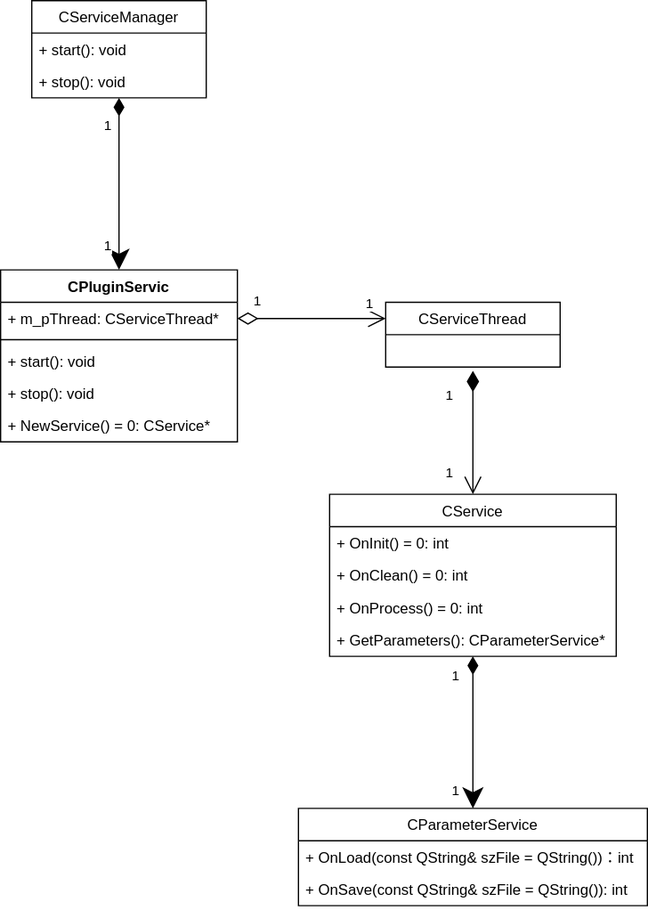
Above: docs/Image/PluginServiceAPI.svg in KangLin/RabbitRemoteControl (draw.io), before the change. Source tidied: cells renumbered, new cells last; positions are measured from the earlier drawing's top-left corner, leaving out a move shared by most shapes.
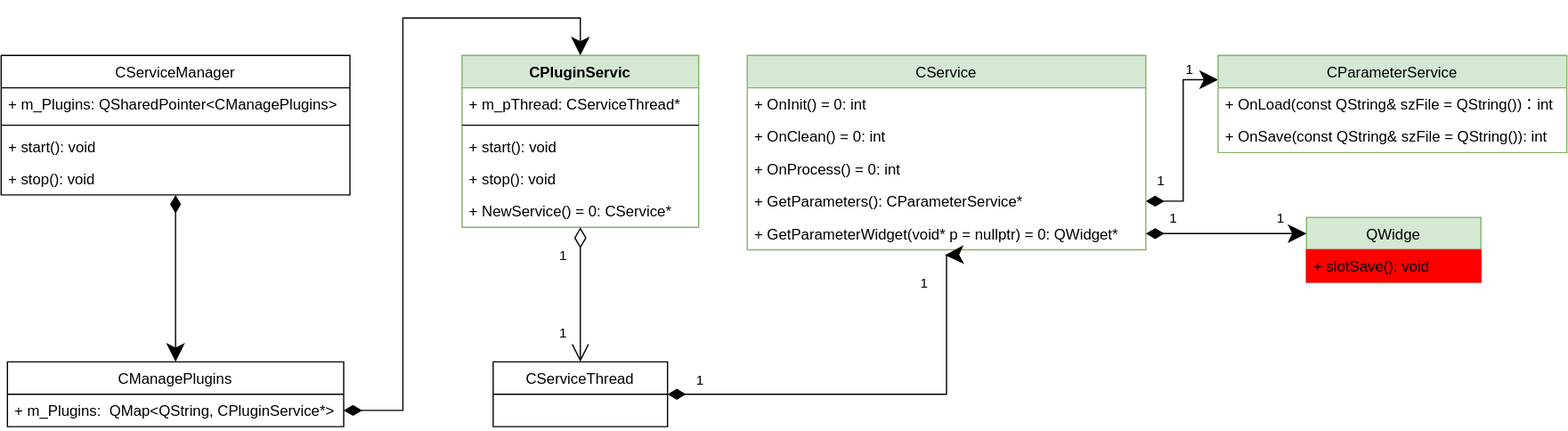
Later version of the same file.

What changed in the source:
```diff
@@ -2,63 +2,57 @@
   <root>
     <mxCell id="0" />
     <mxCell id="1" parent="0" />
-    <mxCell id="2" style="edgeStyle=orthogonalEdgeStyle;rounded=0;jettySize=auto;html=1;startArrow=diamondThin;startFill=1;endSize=14;startSize=12;" parent="1" edge="1" source="5" target="16">
-      <mxGeometry relative="1" as="geometry" />
-    </mxCell>
-    <mxCell id="3" value="1" style="edgeLabel;html=1;align=center;verticalAlign=middle;" parent="2" vertex="1">
-      <mxGeometry x="-0.7" relative="1" as="geometry">
-        <mxPoint x="-10" as="offset" />
-      </mxGeometry>
-    </mxCell>
-    <mxCell id="4" value="1" style="edgeLabel;html=1;align=center;verticalAlign=middle;" parent="2" vertex="1">
-      <mxGeometry x="0.71" y="-2" relative="1" as="geometry">
-        <mxPoint x="-8" as="offset" />
-      </mxGeometry>
-    </mxCell>
+    <mxCell id="32" style="edgeStyle=orthogonalEdgeStyle;rounded=0;jettySize=auto;html=1;entryX=0.5;entryY=0;entryDx=0;entryDy=0;startArrow=diamondThin;startFill=1;endSize=12;startSize=12;" parent="1" edge="1" source="5" target="41">
+      <mxGeometry relative="1" as="geometry" />
+    </mxCell>
     <mxCell id="5" value="CServiceManager" style="swimlane;fontStyle=0;horizontal=1;startSize=26;fillColor=none;" parent="1" vertex="1">
-      <mxGeometry x="25" width="140" height="78" as="geometry" />
+      <mxGeometry x="-85" y="-4" width="280" height="112" as="geometry" />
     </mxCell>
+    <mxCell id="33" value="+ m_Plugins: QSharedPointer&lt;CManagePlugins&gt;" style="text;strokeColor=none;fillColor=none;align=left;verticalAlign=top;spacingLeft=4;spacingRight=4;overflow=hidden;" parent="5" vertex="1">
+      <mxGeometry y="26" width="280" height="26" as="geometry" />
+    </mxCell>
+    <mxCell id="34" style="line;strokeWidth=1;fillColor=none;align=left;verticalAlign=middle;spacingTop=-1;spacingLeft=3;spacingRight=3;labelPosition=right;" parent="5" vertex="1">
+      <mxGeometry y="52" width="280" height="8" as="geometry" />
+    </mxCell>
     <mxCell id="6" value="+ start(): void" style="text;strokeColor=none;fillColor=none;align=left;verticalAlign=top;spacingLeft=4;spacingRight=4;overflow=hidden;" parent="5" vertex="1">
-      <mxGeometry y="26" width="140" height="26" as="geometry" />
+      <mxGeometry y="60" width="280" height="26" as="geometry" />
     </mxCell>
     <mxCell id="7" value="+ stop(): void" style="text;strokeColor=none;fillColor=none;align=left;verticalAlign=top;spacingLeft=4;spacingRight=4;overflow=hidden;" parent="5" vertex="1">
-      <mxGeometry y="52" width="140" height="26" as="geometry" />
+      <mxGeometry y="86" width="280" height="26" as="geometry" />
     </mxCell>
-    <mxCell id="8" style="edgeStyle=orthogonalEdgeStyle;rounded=0;jettySize=auto;html=1;entryX=0.5;entryY=0;entryDx=0;entryDy=0;startArrow=diamondThin;startFill=1;startSize=12;endSize=14;" parent="1" edge="1" source="11" target="29">
-      <mxGeometry relative="1" as="geometry">
-        <Array as="points">
-          <mxPoint x="379" y="548" />
-          <mxPoint x="379" y="548" />
-        </Array>
-      </mxGeometry>
+    <mxCell id="8" style="edgeStyle=orthogonalEdgeStyle;rounded=0;jettySize=auto;html=1;exitX=1;exitY=0.75;exitDx=0;exitDy=0;entryX=0;entryY=0.25;entryDx=0;entryDy=0;startArrow=diamondThin;startFill=1;startSize=12;endSize=12;" parent="1" edge="1" source="11" target="29">
+      <mxGeometry relative="1" as="geometry" />
     </mxCell>
-    <mxCell id="9" value="&lt;div&gt;1&lt;/div&gt;" style="edgeLabel;html=1;align=center;verticalAlign=middle;" parent="8" vertex="1">
-      <mxGeometry x="0.75" y="-1" relative="1" as="geometry">
-        <mxPoint x="-14" as="offset" />
-      </mxGeometry>
-    </mxCell>
-    <mxCell id="10" value="1" style="edgeLabel;html=1;align=center;verticalAlign=middle;" parent="8" vertex="1">
-      <mxGeometry x="-0.75" y="-4" relative="1" as="geometry">
-        <mxPoint x="-11" as="offset" />
-      </mxGeometry>
-    </mxCell>
+    <mxCell id="35" value="1" style="edgeLabel;html=1;align=center;verticalAlign=middle;" parent="8" vertex="1">
+      <mxGeometry x="0.69" y="-1" relative="1" as="geometry">
+        <mxPoint x="1" y="-10" as="offset" />
+      </mxGeometry>
+    </mxCell>
+    <mxCell id="36" value="1" style="edgeLabel;html=1;align=center;verticalAlign=middle;" parent="8" vertex="1">
+      <mxGeometry x="-0.68" y="-1" relative="1" as="geometry">
+        <mxPoint x="-14" y="-18" as="offset" />
+      </mxGeometry>
+    </mxCell>
-    <mxCell id="11" value="CService" style="swimlane;fontStyle=0;horizontal=1;startSize=26;fillColor=none;" parent="1" vertex="1">
-      <mxGeometry x="264" y="396" width="230" height="130" as="geometry" />
+    <mxCell id="11" value="CService" style="swimlane;fontStyle=0;horizontal=1;startSize=26;fillColor=#d5e8d4;strokeColor=#82b366;" parent="1" vertex="1">
+      <mxGeometry x="514" y="-4" width="320" height="156" as="geometry" />
     </mxCell>
     <mxCell id="12" value="+ OnInit() = 0: int" style="text;strokeColor=none;fillColor=none;align=left;verticalAlign=top;spacingLeft=4;spacingRight=4;overflow=hidden;" parent="11" vertex="1">
-      <mxGeometry y="26" width="230" height="26" as="geometry" />
+      <mxGeometry y="26" width="320" height="26" as="geometry" />
     </mxCell>
     <mxCell id="13" value="+ OnClean() = 0: int" style="text;strokeColor=none;fillColor=none;align=left;verticalAlign=top;spacingLeft=4;spacingRight=4;overflow=hidden;" parent="11" vertex="1">
-      <mxGeometry y="52" width="230" height="26" as="geometry" />
+      <mxGeometry y="52" width="320" height="26" as="geometry" />
     </mxCell>
     <mxCell id="14" value="+ OnProcess() = 0: int" style="text;strokeColor=none;fillColor=none;align=left;verticalAlign=top;spacingLeft=4;spacingRight=4;overflow=hidden;" parent="11" vertex="1">
-      <mxGeometry y="78" width="230" height="26" as="geometry" />
+      <mxGeometry y="78" width="320" height="26" as="geometry" />
     </mxCell>
     <mxCell id="15" value="+ GetParameters(): CParameterService*" style="text;strokeColor=none;fillColor=none;align=left;verticalAlign=top;spacingLeft=4;spacingRight=4;overflow=hidden;" parent="11" vertex="1">
-      <mxGeometry y="104" width="230" height="26" as="geometry" />
+      <mxGeometry y="104" width="320" height="26" as="geometry" />
     </mxCell>
+    <mxCell id="37" value="+ GetParameterWidget(void* p = nullptr) = 0: QWidget*" style="text;strokeColor=none;fillColor=none;align=left;verticalAlign=top;spacingLeft=4;spacingRight=4;overflow=hidden;points=[[0,0.5],[1,0.5]];portConstraint=eastwest;" parent="11" vertex="1">
+      <mxGeometry y="130" width="320" height="26" as="geometry" />
+    </mxCell>
-    <mxCell id="16" value="CPluginServic" style="swimlane;fontStyle=1;align=center;verticalAlign=top;horizontal=1;startSize=26;" parent="1" vertex="1">
-      <mxGeometry y="216" width="190" height="138" as="geometry" />
+    <mxCell id="16" value="CPluginServic" style="swimlane;fontStyle=1;align=center;verticalAlign=top;horizontal=1;startSize=26;fillColor=#d5e8d4;strokeColor=#82b366;" parent="1" vertex="1">
+      <mxGeometry x="285" y="-4" width="190" height="138" as="geometry" />
     </mxCell>
     <mxCell id="17" value="+ m_pThread: CServiceThread*" style="text;strokeColor=none;fillColor=none;align=left;verticalAlign=top;spacingLeft=4;spacingRight=4;overflow=hidden;points=[[0,0.5],[1,0.5]];portConstraint=eastwest;" parent="16" vertex="1">
       <mxGeometry y="26" width="190" height="26" as="geometry" />
@@ -75,37 +69,42 @@
     <mxCell id="21" value="+ NewService() = 0: CService*" style="text;strokeColor=none;fillColor=none;align=left;verticalAlign=top;spacingLeft=4;spacingRight=4;overflow=hidden;" parent="16" vertex="1">
       <mxGeometry y="112" width="190" height="26" as="geometry" />
     </mxCell>
-    <mxCell id="22" style="edgeStyle=orthogonalEdgeStyle;rounded=0;jettySize=auto;html=1;startArrow=diamondThin;startFill=1;endArrow=open;endFill=0;startSize=14;endSize=12;sourcePerimeterSpacing=3;strokeWidth=1;entryX=0.5;entryY=0;entryDx=0;entryDy=0;" parent="1" edge="1" source="25" target="11">
-      <mxGeometry relative="1" as="geometry" />
-    </mxCell>
-    <mxCell id="23" value="1" style="edgeLabel;html=1;align=center;verticalAlign=middle;" parent="22" vertex="1">
-      <mxGeometry x="0.83" y="-1" relative="1" as="geometry">
-        <mxPoint x="-19" y="-10" as="offset" />
-      </mxGeometry>
-    </mxCell>
-    <mxCell id="24" value="1" style="edgeLabel;html=1;align=center;verticalAlign=middle;" parent="22" vertex="1">
-      <mxGeometry x="-0.74" relative="1" as="geometry">
-        <mxPoint x="-20" y="6" as="offset" />
-      </mxGeometry>
-    </mxCell>
+    <mxCell id="38" style="edgeStyle=orthogonalEdgeStyle;rounded=0;jettySize=auto;html=1;startArrow=diamondThin;startFill=1;startSize=12;endSize=12;entryX=0.496;entryY=1.167;entryDx=0;entryDy=0;entryPerimeter=0;" parent="1" edge="1" source="25" target="37">
+      <mxGeometry relative="1" as="geometry">
+        <Array as="points">
+          <mxPoint x="674" y="268" />
+          <mxPoint x="674" y="156" />
+        </Array>
+      </mxGeometry>
+    </mxCell>
+    <mxCell id="39" value="1" style="edgeLabel;html=1;align=center;verticalAlign=middle;" parent="38" vertex="1">
+      <mxGeometry x="0.86" y="-1" relative="1" as="geometry">
+        <mxPoint x="-20" y="-1" as="offset" />
+      </mxGeometry>
+    </mxCell>
+    <mxCell id="9" value="&lt;div&gt;1&lt;/div&gt;" style="edgeLabel;html=1;align=center;verticalAlign=middle;" parent="38" vertex="1">
+      <mxGeometry x="-0.85" y="1" relative="1" as="geometry">
+        <mxPoint y="-11" as="offset" />
+      </mxGeometry>
+    </mxCell>
     <mxCell id="25" value="CServiceThread" style="swimlane;fontStyle=0;horizontal=1;startSize=26;fillColor=none;" parent="1" vertex="1">
-      <mxGeometry x="309" y="242" width="140" height="52" as="geometry" />
+      <mxGeometry x="310" y="242" width="140" height="52" as="geometry" />
     </mxCell>
-    <mxCell id="26" style="edgeStyle=orthogonalEdgeStyle;rounded=0;jettySize=auto;html=1;entryX=0;entryY=0.25;entryDx=0;entryDy=0;startArrow=diamondThin;startFill=0;strokeWidth=1;startSize=14;endSize=12;endArrow=open;endFill=0;" parent="1" edge="1" source="17" target="25">
+    <mxCell id="26" style="edgeStyle=orthogonalEdgeStyle;rounded=0;jettySize=auto;html=1;entryX=0.5;entryY=0;entryDx=0;entryDy=0;startArrow=diamondThin;startFill=0;strokeWidth=1;startSize=14;endSize=12;endArrow=open;endFill=0;exitX=0.5;exitY=1;exitDx=0;exitDy=0;" parent="1" edge="1" source="16" target="25">
       <mxGeometry relative="1" as="geometry" />
     </mxCell>
     <mxCell id="27" value="1" style="edgeLabel;html=1;align=center;verticalAlign=middle;" parent="26" vertex="1">
       <mxGeometry x="0.76" y="2" relative="1" as="geometry">
-        <mxPoint y="-11" as="offset" />
+        <mxPoint x="-17" y="-11" as="offset" />
       </mxGeometry>
     </mxCell>
     <mxCell id="28" value="1" style="edgeLabel;html=1;align=center;verticalAlign=middle;" parent="26" vertex="1">
       <mxGeometry x="-0.74" relative="1" as="geometry">
-        <mxPoint y="-15" as="offset" />
+        <mxPoint x="-15" y="8" as="offset" />
       </mxGeometry>
     </mxCell>
-    <mxCell id="29" value="CParameterService" style="swimlane;fontStyle=0;horizontal=1;startSize=26;fillColor=none;" parent="1" vertex="1">
-      <mxGeometry x="239" y="648" width="280" height="78" as="geometry" />
+    <mxCell id="29" value="CParameterService" style="swimlane;fontStyle=0;horizontal=1;startSize=26;fillColor=#d5e8d4;strokeColor=#82b366;" parent="1" vertex="1">
+      <mxGeometry x="892" y="-4" width="280" height="78" as="geometry" />
     </mxCell>
     <mxCell id="30" value="+ OnLoad(const QString&amp; szFile = QString())：int" style="text;strokeColor=none;fillColor=none;align=left;verticalAlign=top;spacingLeft=4;spacingRight=4;overflow=hidden;" parent="29" vertex="1">
       <mxGeometry y="26" width="280" height="26" as="geometry" />
@@ -113,5 +112,33 @@
     <mxCell id="31" value="+ OnSave(const QString&amp; szFile = QString()): int" style="text;strokeColor=none;fillColor=none;align=left;verticalAlign=top;spacingLeft=4;spacingRight=4;overflow=hidden;" parent="29" vertex="1">
       <mxGeometry y="52" width="280" height="26" as="geometry" />
     </mxCell>
+    <mxCell id="40" style="edgeStyle=orthogonalEdgeStyle;rounded=0;jettySize=auto;html=1;exitX=1;exitY=0.5;exitDx=0;exitDy=0;entryX=0.5;entryY=0;entryDx=0;entryDy=0;startArrow=diamondThin;startFill=1;startSize=12;endSize=12;" parent="1" edge="1" source="42" target="16">
+      <mxGeometry relative="1" as="geometry" />
+    </mxCell>
+    <mxCell id="41" value="CManagePlugins" style="swimlane;fontStyle=0;horizontal=1;startSize=26;fillColor=none;" parent="1" vertex="1">
+      <mxGeometry x="-80" y="242" width="270" height="52" as="geometry" />
+    </mxCell>
+    <mxCell id="42" value="+ m_Plugins:  QMap&lt;QString, CPluginService*&gt;" style="text;strokeColor=none;fillColor=none;align=left;verticalAlign=top;spacingLeft=4;spacingRight=4;overflow=hidden;points=[[0,0.5],[1,0.5]];portConstraint=eastwest;" parent="41" vertex="1">
+      <mxGeometry y="26" width="270" height="26" as="geometry" />
+    </mxCell>
+    <mxCell id="43" value="QWidge" style="swimlane;fontStyle=0;horizontal=1;startSize=26;fillColor=#d5e8d4;strokeColor=#82b366;" parent="1" vertex="1">
+      <mxGeometry x="963" y="126" width="140" height="52" as="geometry" />
+    </mxCell>
+    <mxCell id="44" value="+ slotSave(): void " style="text;strokeColor=#FF0000;fillColor=#FF0000;align=left;verticalAlign=top;spacingLeft=4;spacingRight=4;overflow=hidden;" parent="43" vertex="1">
+      <mxGeometry y="26" width="140" height="26" as="geometry" />
+    </mxCell>
+    <mxCell id="45" style="edgeStyle=orthogonalEdgeStyle;rounded=0;jettySize=auto;html=1;exitX=1;exitY=0.5;exitDx=0;exitDy=0;entryX=0;entryY=0.25;entryDx=0;entryDy=0;startArrow=diamondThin;startFill=1;startSize=12;endSize=12;" parent="1" edge="1" source="37" target="43">
+      <mxGeometry relative="1" as="geometry" />
+    </mxCell>
+    <mxCell id="46" value="1" style="edgeLabel;html=1;align=center;verticalAlign=middle;" parent="45" vertex="1">
+      <mxGeometry x="-0.67" relative="1" as="geometry">
+        <mxPoint y="-13" as="offset" />
+      </mxGeometry>
+    </mxCell>
+    <mxCell id="47" value="1" style="edgeLabel;html=1;align=center;verticalAlign=middle;" parent="45" vertex="1">
+      <mxGeometry x="0.66" y="1" relative="1" as="geometry">
+        <mxPoint y="-12" as="offset" />
+      </mxGeometry>
+    </mxCell>
   </root>
 </mxGraphModel>
```
